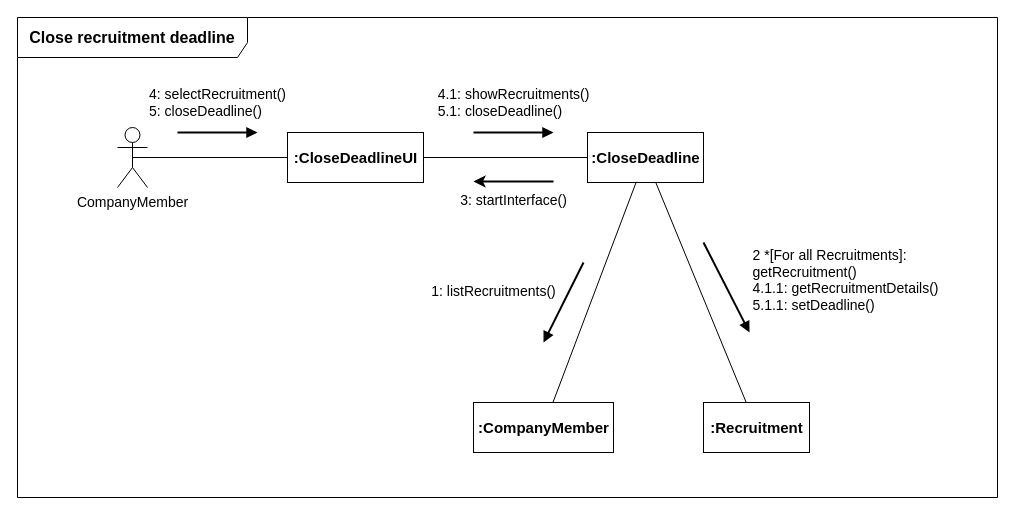
Above: page "채용마감 처리" (4 of 4) of B811010_고한강/소공과제2.drawio in FinancialWorld16/SE_TEAM (draw.io), before the change. Source tidied: cells renumbered, new cells numbered last; positions are measured from the earlier drawing's top-left corner, leaving out a move shared by most shapes. Both pictures are drawn from the tidied source at 100%, with x=0, y=0 at pixel (17, 17).
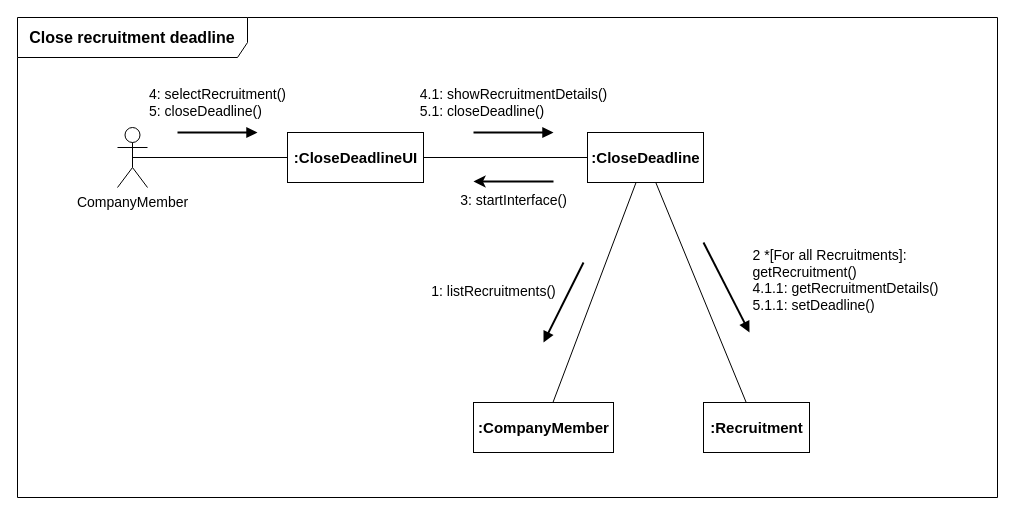
The same page after the edit.

Change to the diagram source:
```diff
@@
-    <mxCell id="16" value="&lt;div style=&quot;text-align: left; font-size: 14px;&quot;&gt;&lt;font style=&quot;font-size: 14px;&quot;&gt;4.1: showRecruitments()&lt;/font&gt;&lt;/div&gt;&lt;div style=&quot;text-align: left; font-size: 14px;&quot;&gt;&lt;font style=&quot;font-size: 14px;&quot;&gt;5.1: closeDeadline()&lt;/font&gt;&lt;/div&gt;" style="html=1;verticalAlign=bottom;endArrow=block;rounded=0;arcSize=20;strokeWidth=2;" parent="1" edge="1">
+    <mxCell id="16" value="&lt;div style=&quot;text-align: left; font-size: 14px;&quot;&gt;&lt;font style=&quot;font-size: 14px;&quot;&gt;4.1: showRecruitmentDetails()&lt;/font&gt;&lt;/div&gt;&lt;div style=&quot;text-align: left; font-size: 14px;&quot;&gt;&lt;font style=&quot;font-size: 14px;&quot;&gt;5.1: closeDeadline()&lt;/font&gt;&lt;/div&gt;" style="html=1;verticalAlign=bottom;endArrow=block;rounded=0;arcSize=20;strokeWidth=2;" parent="1" edge="1">
       <mxGeometry y="10" relative="1" as="geometry">
         <mxPoint x="456" y="115" as="sourcePoint" />
         <mxPoint x="536" y="115" as="targetPoint" />
       </mxGeometry>
     </mxCell>
```
